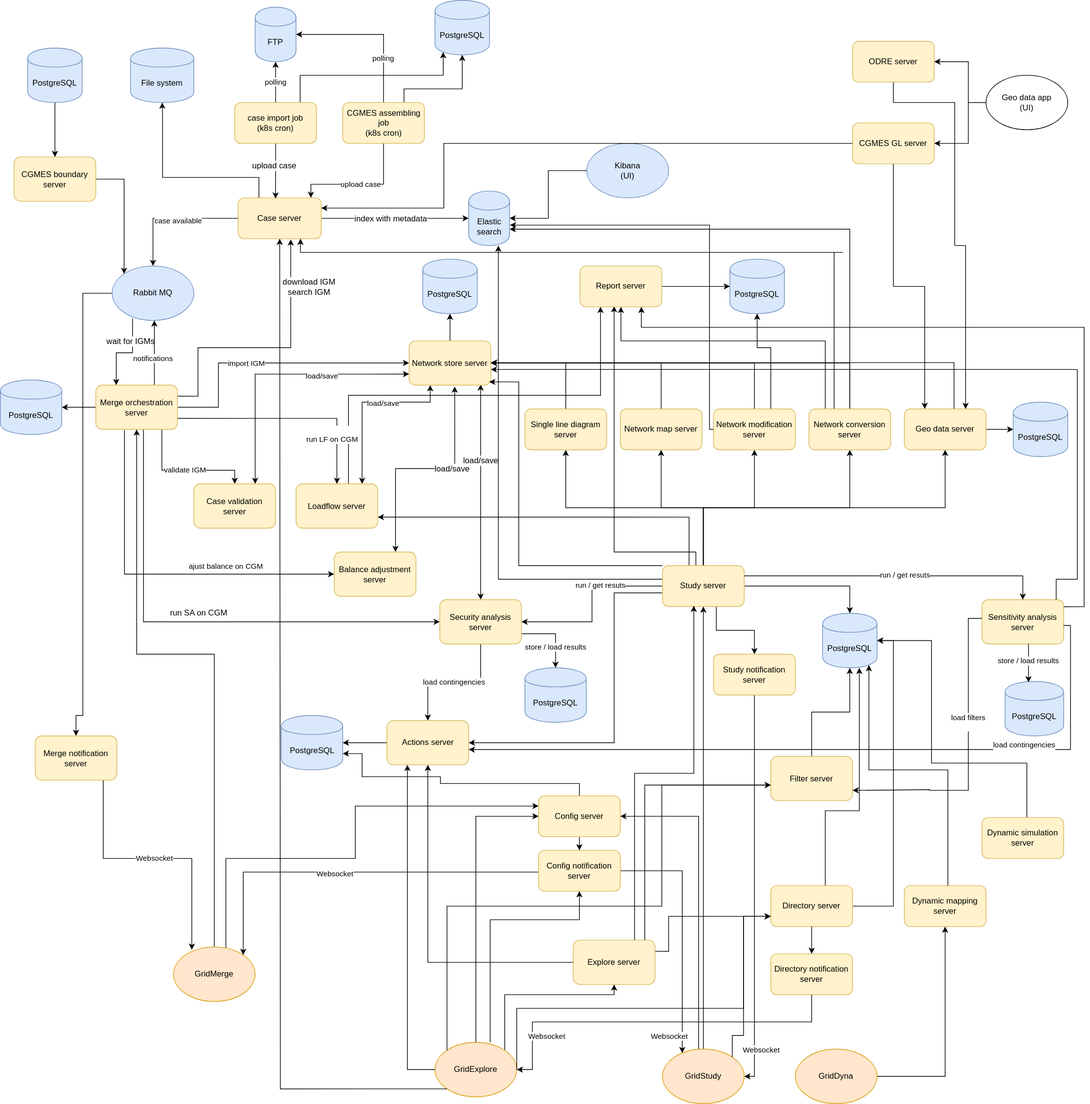
Above: diagrams/gridsuite_architecture.svg in gridsuite/documentation (draw.io), before the change. Source tidied: cells renumbered, new cells last; positions are measured from the earlier drawing's top-left corner, leaving out a move shared by most shapes.
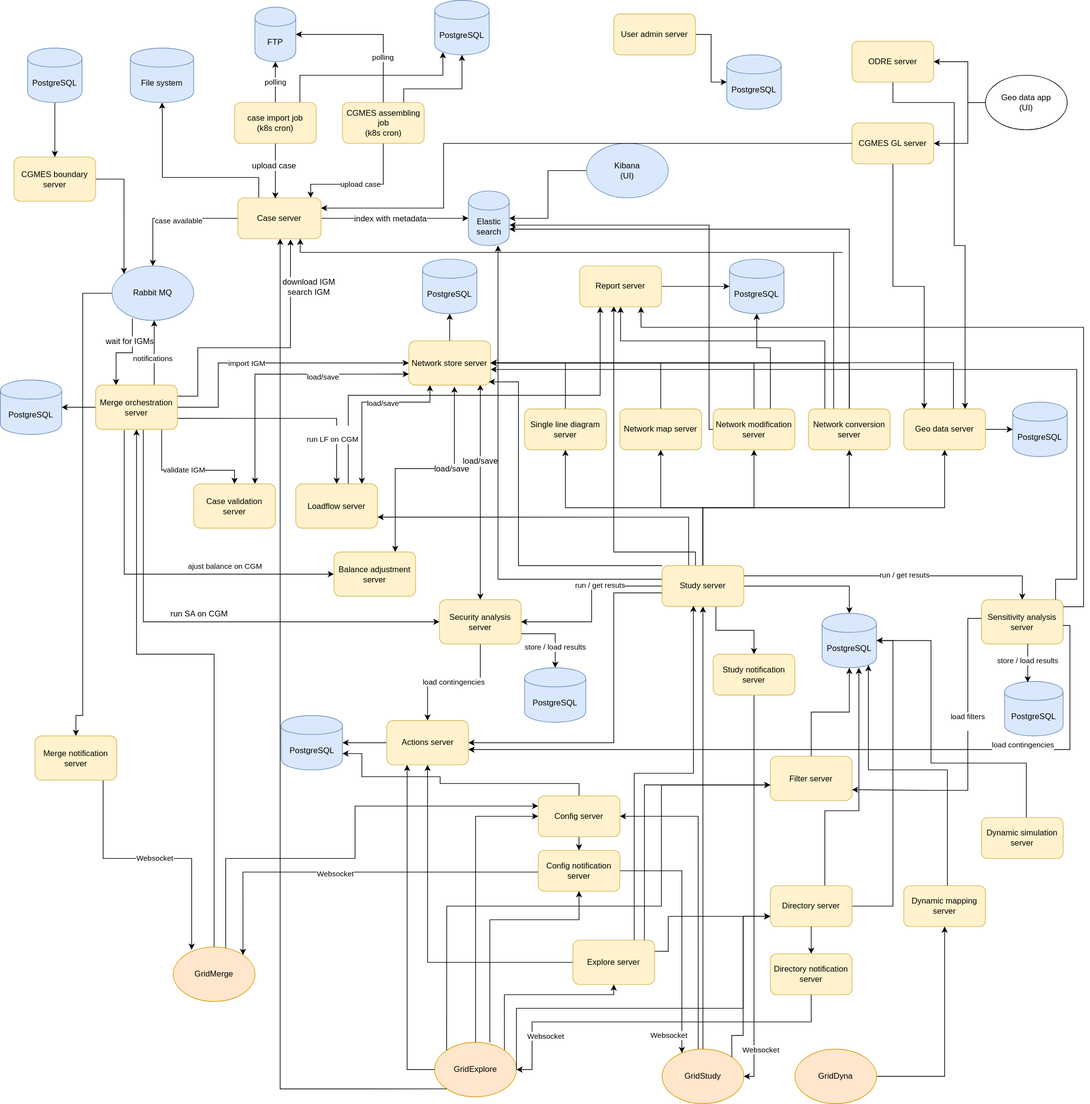
Above is the later version.

Commit message:
Add documentation for user admin server in README Modification of document in drawio format Generation of new svg document

Diff of the diagram source:
```diff
@@ -834,5 +834,19 @@
         </Array>
       </mxGeometry>
     </mxCell>
+    <mxCell id="171" style="edgeStyle=orthogonalEdgeStyle;rounded=0;jettySize=auto;html=1;exitX=1;exitY=0.5;exitDx=0;exitDy=0;entryX=0;entryY=0.5;entryDx=0;entryDy=0;" parent="1" edge="1" source="172" target="173">
+      <mxGeometry relative="1" as="geometry">
+        <Array as="points">
+          <mxPoint x="1044" y="50" />
+          <mxPoint x="1044" y="120" />
+        </Array>
+      </mxGeometry>
+    </mxCell>
+    <mxCell id="172" value="User admin server" style="rounded=1;whiteSpace=wrap;html=1;fillColor=#fff2cc;strokeColor=#d6b656;" parent="1" vertex="1">
+      <mxGeometry x="901" y="20" width="120" height="60" as="geometry" />
+    </mxCell>
+    <mxCell id="173" value="PostgreSQL" style="shape=cylinder;whiteSpace=wrap;html=1;boundedLbl=1;backgroundOutline=1;fillColor=#dae8fc;strokeColor=#6c8ebf;" parent="1" vertex="1">
+      <mxGeometry x="1067" y="80" width="80" height="80" as="geometry" />
+    </mxCell>
   </root>
 </mxGraphModel>
```
